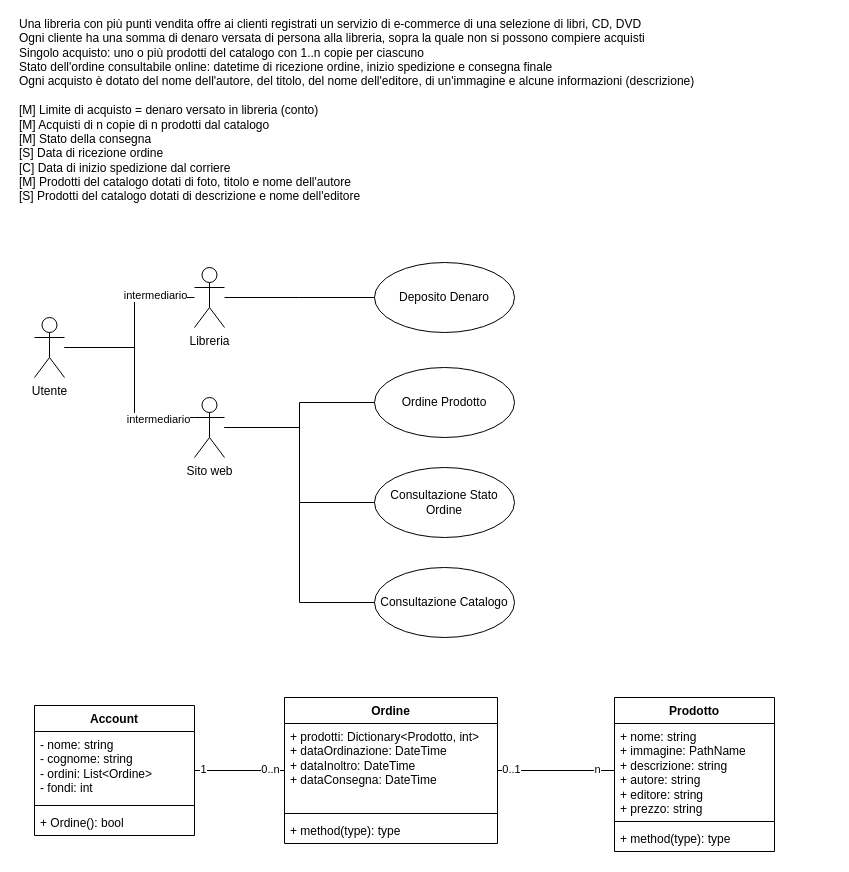
This is UML_ECommerce.drawio from gifede/UML_6_10_2026, a draw.io file, before an edit. Source tidied: cells renumbered, new cells numbered last; positions are measured from the earlier drawing's top-left corner, leaving out a move shared by most shapes. Both pictures are drawn from the tidied source at 100%, with x=0, y=0 at pixel (17, 77).
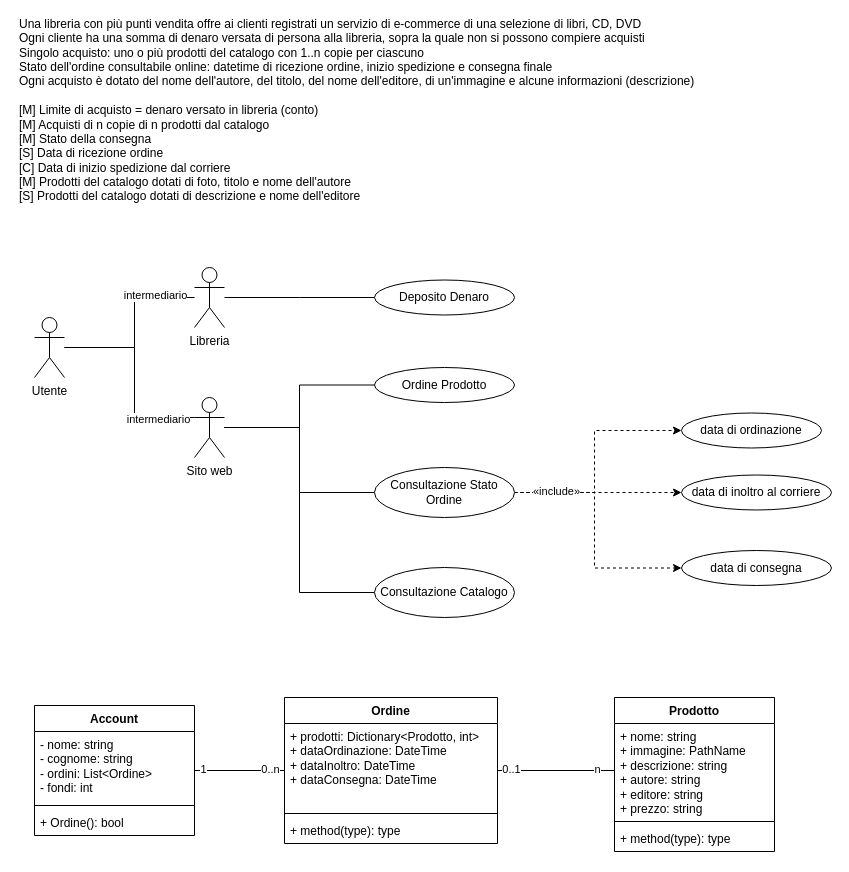
The same page after the edit.

Commit message:
stato prodotto

Change to the diagram source:
```diff
@@
     <mxCell id="14" value="Deposito Denaro" style="ellipse;whiteSpace=wrap;html=1;" parent="1" vertex="1">
-      <mxGeometry x="357" y="185" width="140" height="70" as="geometry" />
+      <mxGeometry x="357" y="202.5" width="140" height="35" as="geometry" />
     </mxCell>
     <mxCell id="15" value="Ordine Prodotto" style="ellipse;whiteSpace=wrap;html=1;" parent="1" vertex="1">
-      <mxGeometry x="357" y="290" width="140" height="70" as="geometry" />
+      <mxGeometry x="357" y="290" width="140" height="35" as="geometry" />
     </mxCell>
+    <mxCell id="36" style="edgeStyle=orthogonalEdgeStyle;rounded=0;jettySize=auto;html=1;exitX=1;exitY=0.5;exitDx=0;exitDy=0;entryX=0;entryY=0.5;entryDx=0;entryDy=0;dashed=1;" parent="1" edge="1" source="16" target="40">
+      <mxGeometry x="-0.38" relative="1" as="geometry">
+        <Array as="points">
+          <mxPoint x="577" y="415" />
+          <mxPoint x="577" y="353" />
+        </Array>
+      </mxGeometry>
+    </mxCell>
+    <mxCell id="37" style="edgeStyle=orthogonalEdgeStyle;rounded=0;jettySize=auto;html=1;exitX=1;exitY=0.5;exitDx=0;exitDy=0;entryX=0;entryY=0.5;entryDx=0;entryDy=0;dashed=1;" parent="1" edge="1" source="16" target="41">
+      <mxGeometry relative="1" as="geometry" />
+    </mxCell>
+    <mxCell id="38" style="edgeStyle=orthogonalEdgeStyle;rounded=0;jettySize=auto;html=1;exitX=1;exitY=0.5;exitDx=0;exitDy=0;entryX=0;entryY=0.5;entryDx=0;entryDy=0;dashed=1;" parent="1" edge="1" source="16" target="42">
+      <mxGeometry relative="1" as="geometry">
+        <Array as="points">
+          <mxPoint x="577" y="415" />
+          <mxPoint x="577" y="490.5" />
+        </Array>
+      </mxGeometry>
+    </mxCell>
+    <mxCell id="39" value="«include»" style="edgeLabel;html=1;align=center;verticalAlign=middle;" parent="38" vertex="1">
+      <mxGeometry x="-0.79" y="-1" relative="1" as="geometry">
+        <mxPoint x="16" y="-3" as="offset" />
+      </mxGeometry>
+    </mxCell>
     <mxCell id="16" value="Consultazione Stato Ordine" style="ellipse;whiteSpace=wrap;html=1;" parent="1" vertex="1">
-      <mxGeometry x="357" y="390" width="140" height="70" as="geometry" />
+      <mxGeometry x="357" y="390" width="140" height="50" as="geometry" />
     </mxCell>
     <mxCell id="17" value="Consultazione Catalogo" style="ellipse;whiteSpace=wrap;html=1;" parent="1" vertex="1">
-      <mxGeometry x="357" y="490" width="140" height="70" as="geometry" />
+      <mxGeometry x="357" y="490" width="140" height="50" as="geometry" />
     </mxCell>
@@
+    <mxCell id="40" value="data di ordinazione" style="ellipse;whiteSpace=wrap;html=1;" parent="1" vertex="1">
+      <mxGeometry x="664" y="335.5" width="140" height="35" as="geometry" />
+    </mxCell>
+    <mxCell id="41" value="data di inoltro al corriere" style="ellipse;whiteSpace=wrap;html=1;" parent="1" vertex="1">
+      <mxGeometry x="664" y="397.5" width="150" height="35" as="geometry" />
+    </mxCell>
+    <mxCell id="42" value="data di consegna" style="ellipse;whiteSpace=wrap;html=1;" parent="1" vertex="1">
+      <mxGeometry x="664" y="473" width="150" height="35" as="geometry" />
+    </mxCell>
```
